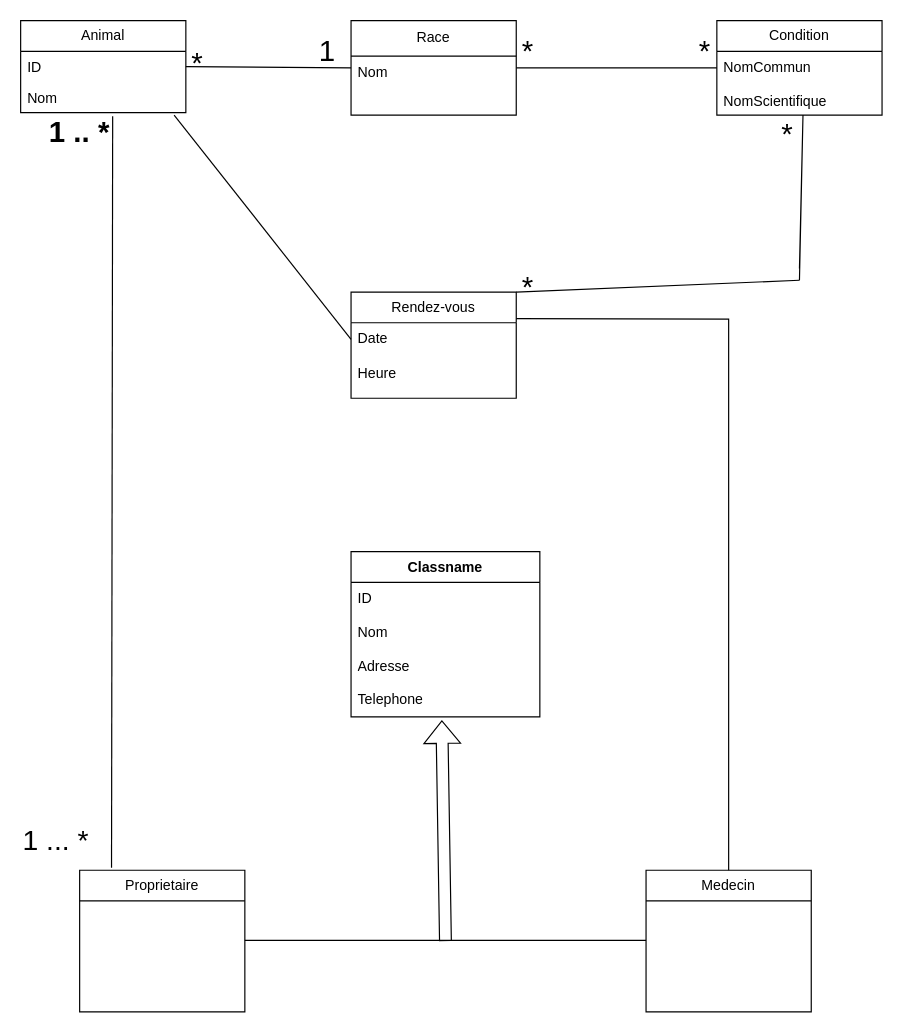
Above: CliniqueVétérinaire.drawio in modounianeCode/wolof (draw.io), before the change. Source tidied: cells renumbered, new cells numbered last; positions are measured from the earlier drawing's top-left corner, leaving out a move shared by most shapes. Both pictures are drawn from the tidied source at 118%, with x=0, y=0 at pixel (20, 20).
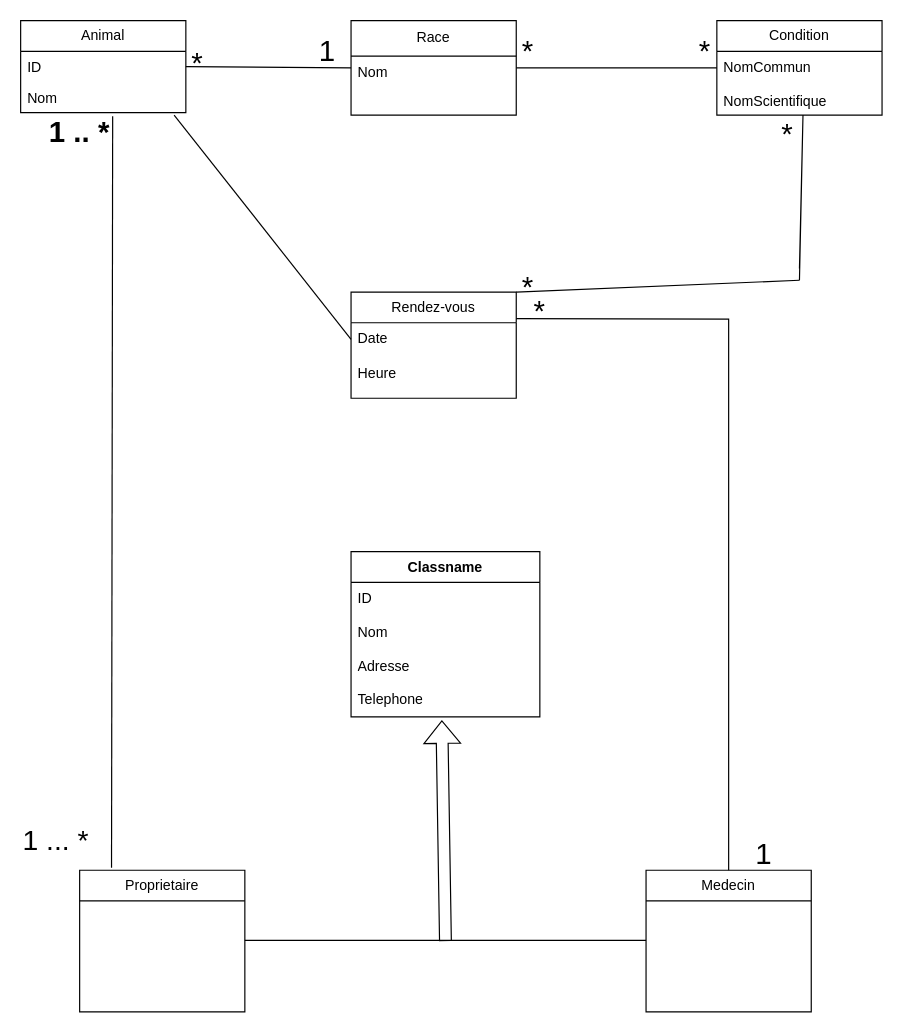
The same diagram, later.

Commit message:
Mettre à jour CliniqueVétérinaire.drawio

Diff of the diagram source:
```diff
@@
+    <mxCell id="32" value="&lt;font style=&quot;font-size: 25px;&quot;&gt;1&lt;/font&gt;" style="text;html=1;whiteSpace=wrap;strokeColor=none;fillColor=none;align=center;verticalAlign=middle;rounded=0;" parent="1" vertex="1">
+      <mxGeometry x="600" y="690" width="60" height="30" as="geometry" />
+    </mxCell>
+    <mxCell id="33" value="&lt;font style=&quot;font-size: 25px;&quot;&gt;*&lt;/font&gt;" style="text;html=1;whiteSpace=wrap;strokeColor=none;fillColor=none;align=center;verticalAlign=middle;rounded=0;" parent="1" vertex="1">
+      <mxGeometry x="410" y="230" width="60" height="30" as="geometry" />
+    </mxCell>
```
